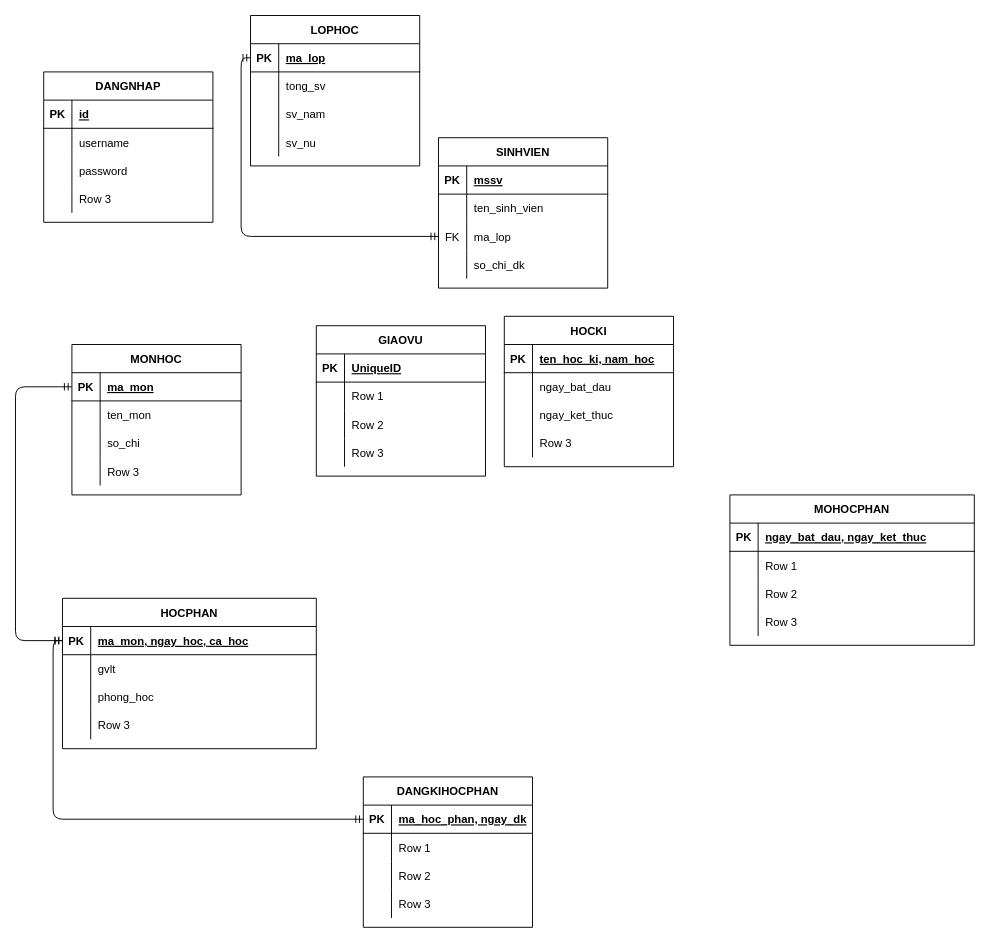
Before: Untitled Diagram.drawio in HaiDuc0147/HibernateProject, a draw.io diagram. Source tidied: cells renumbered, new cells numbered last; positions are measured from the earlier drawing's top-left corner, leaving out a move shared by most shapes. Both pictures are drawn from the tidied source at 94%, with x=0, y=0 at pixel (15, 15).
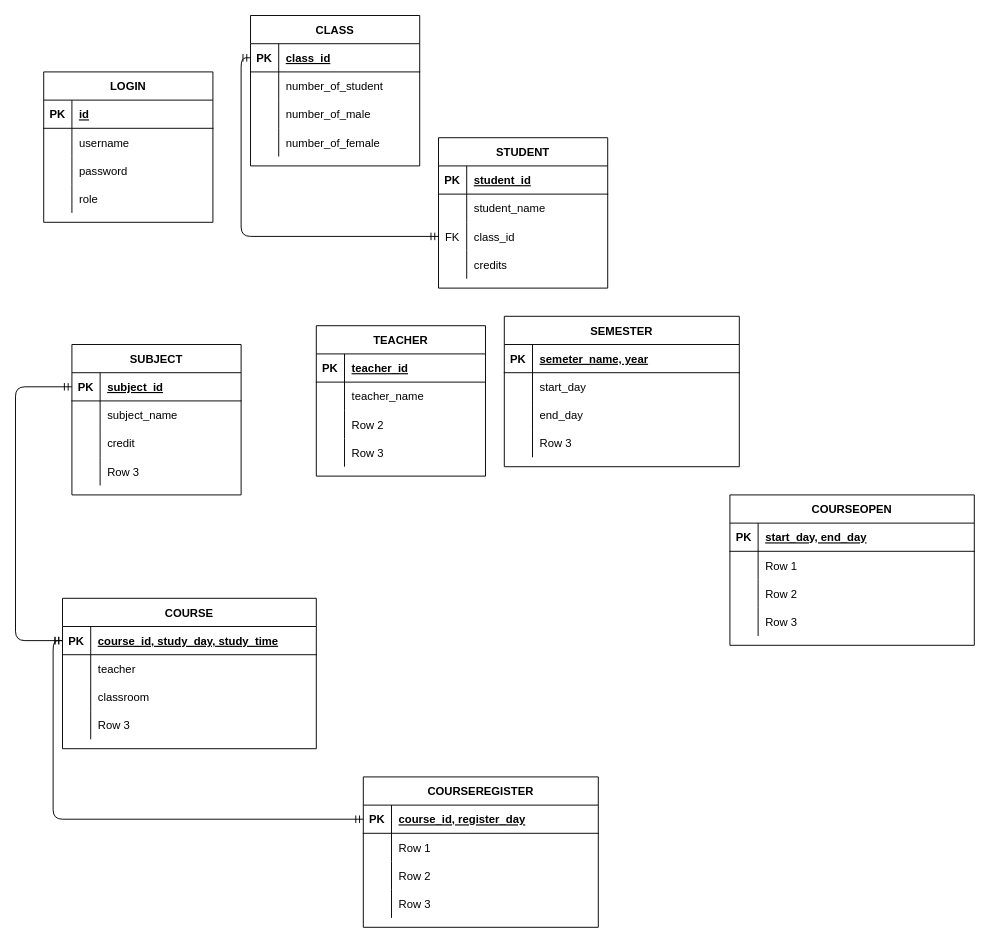
The same page after the edit.

The change refers to these unchanged cells:
```xml
<mxCell id="12" style="shape=partialRectangle;fillColor=none;top=0;left=0;bottom=0;right=0;" parent="2" vertex="1">
  <mxGeometry y="120" width="180" height="30" as="geometry" />
</mxCell>
<mxCell id="16" style="shape=partialRectangle;fillColor=none;top=0;left=0;bottom=1;right=0;" parent="15" vertex="1">
  <mxGeometry y="30" width="180" height="30" as="geometry" />
</mxCell>
<mxCell id="19" style="shape=partialRectangle;fillColor=none;top=0;left=0;bottom=0;right=0;" parent="15" vertex="1">
  <mxGeometry y="60" width="180" height="30" as="geometry" />
</mxCell>
<mxCell id="22" style="shape=partialRectangle;fillColor=none;top=0;left=0;bottom=0;right=0;points=[[0,0.5],[1,0.5]];portConstraint=eastwest;" parent="15" vertex="1">
  <mxGeometry y="90" width="180" height="30" as="geometry" />
</mxCell>
<mxCell id="25" style="shape=partialRectangle;fillColor=none;top=0;left=0;bottom=0;right=0;" parent="15" vertex="1">
  <mxGeometry y="120" width="180" height="30" as="geometry" />
</mxCell>
<mxCell id="29" style="shape=partialRectangle;fillColor=none;top=0;left=0;bottom=1;right=0;" parent="28" vertex="1">
  <mxGeometry y="30" width="180" height="30" as="geometry" />
</mxCell>
<mxCell id="32" style="shape=partialRectangle;fillColor=none;top=0;left=0;bottom=0;right=0;" parent="28" vertex="1">
  <mxGeometry y="60" width="180" height="30" as="geometry" />
</mxCell>
<mxCell id="42" style="shape=partialRectangle;fillColor=none;top=0;left=0;bottom=1;right=0;points=[[0,0.5],[1,0.5]];portConstraint=eastwest;" parent="41" vertex="1">
  <mxGeometry y="30" width="180" height="30" as="geometry" />
</mxCell>
<mxCell id="45" style="shape=partialRectangle;fillColor=none;top=0;left=0;bottom=0;right=0;" parent="41" vertex="1">
  <mxGeometry y="60" width="180" height="30" as="geometry" />
</mxCell>
<mxCell id="48" style="shape=partialRectangle;fillColor=none;top=0;left=0;bottom=0;right=0;" parent="41" vertex="1">
  <mxGeometry y="90" width="180" height="30" as="geometry" />
</mxCell>
<mxCell id="55" style="shape=partialRectangle;fillColor=none;top=0;left=0;bottom=1;right=0;points=[[0,0.5],[1,0.5]];portConstraint=eastwest;" parent="54" vertex="1">
  <mxGeometry y="30" width="270" height="30" as="geometry" />
</mxCell>
<mxCell id="58" style="shape=partialRectangle;fillColor=none;top=0;left=0;bottom=0;right=0;" parent="54" vertex="1">
  <mxGeometry y="60" width="270" height="30" as="geometry" />
</mxCell>
<mxCell id="61" style="shape=partialRectangle;fillColor=none;top=0;left=0;bottom=0;right=0;" parent="54" vertex="1">
  <mxGeometry y="90" width="270" height="30" as="geometry" />
</mxCell>
<mxCell id="68" style="shape=partialRectangle;fillColor=none;top=0;left=0;bottom=1;right=0;" parent="67" vertex="1">
  <mxGeometry y="30" width="260" height="30" as="geometry" />
</mxCell>
<mxCell id="94" style="shape=partialRectangle;fillColor=none;top=0;left=0;bottom=1;right=0;points=[[0,0.5],[1,0.5]];portConstraint=eastwest;" parent="93" vertex="1">
  <mxGeometry y="30" width="180" height="30" as="geometry" />
</mxCell>
<mxCell id="97" style="shape=partialRectangle;fillColor=none;top=0;left=0;bottom=0;right=0;" parent="93" vertex="1">
  <mxGeometry y="60" width="180" height="30" as="geometry" />
</mxCell>
<mxCell id="100" style="shape=partialRectangle;fillColor=none;top=0;left=0;bottom=0;right=0;" parent="93" vertex="1">
  <mxGeometry y="90" width="180" height="30" as="geometry" />
</mxCell>
<mxCell id="103" style="shape=partialRectangle;fillColor=none;top=0;left=0;bottom=0;right=0;" parent="93" vertex="1">
  <mxGeometry y="120" width="180" height="30" as="geometry" />
</mxCell>
```

Change to the diagram source:
```diff
@@
-    <mxCell id="2" value="DANGNHAP" style="shape=table;startSize=30;childLayout=tableLayout;rowLines=0;fontStyle=1;align=center;" parent="1" vertex="1">
+    <mxCell id="2" value="LOGIN" style="shape=table;startSize=30;childLayout=tableLayout;rowLines=0;fontStyle=1;align=center;" parent="1" vertex="1">
       <mxGeometry x="30" y="60" width="180" height="160" as="geometry" />
     </mxCell>
@@
-    <mxCell id="14" value="Row 3" style="shape=partialRectangle;fillColor=none;top=0;left=0;bottom=0;right=0;align=left;spacingLeft=6;overflow=hidden;" parent="12" vertex="1">
+    <mxCell id="14" value="role" style="shape=partialRectangle;fillColor=none;top=0;left=0;bottom=0;right=0;align=left;spacingLeft=6;overflow=hidden;" parent="12" vertex="1">
       <mxGeometry x="30" width="150" height="30" as="geometry" />
     </mxCell>
-    <mxCell id="15" value="SINHVIEN" style="shape=table;startSize=30;childLayout=tableLayout;rowLines=0;fontStyle=1;align=center;" parent="1" vertex="1">
+    <mxCell id="15" value="STUDENT" style="shape=table;startSize=30;childLayout=tableLayout;rowLines=0;fontStyle=1;align=center;" parent="1" vertex="1">
       <mxGeometry x="450" y="130" width="180" height="160" as="geometry" />
     </mxCell>
@@
-    <mxCell id="18" value="mssv" style="shape=partialRectangle;fillColor=none;top=0;left=0;bottom=0;right=0;align=left;spacingLeft=6;fontStyle=5;overflow=hidden;" parent="16" vertex="1">
+    <mxCell id="18" value="student_id" style="shape=partialRectangle;fillColor=none;top=0;left=0;bottom=0;right=0;align=left;spacingLeft=6;fontStyle=5;overflow=hidden;" parent="16" vertex="1">
       <mxGeometry x="30" width="150" height="30" as="geometry" />
     </mxCell>
@@
-    <mxCell id="21" value="ten_sinh_vien" style="shape=partialRectangle;fillColor=none;top=0;left=0;bottom=0;right=0;align=left;spacingLeft=6;overflow=hidden;" parent="19" vertex="1">
+    <mxCell id="21" value="student_name" style="shape=partialRectangle;fillColor=none;top=0;left=0;bottom=0;right=0;align=left;spacingLeft=6;overflow=hidden;" parent="19" vertex="1">
       <mxGeometry x="30" width="150" height="30" as="geometry" />
     </mxCell>
@@
-    <mxCell id="24" value="ma_lop" style="shape=partialRectangle;fillColor=none;top=0;left=0;bottom=0;right=0;align=left;spacingLeft=6;overflow=hidden;" parent="22" vertex="1">
+    <mxCell id="24" value="class_id" style="shape=partialRectangle;fillColor=none;top=0;left=0;bottom=0;right=0;align=left;spacingLeft=6;overflow=hidden;" parent="22" vertex="1">
       <mxGeometry x="30" width="150" height="30" as="geometry" />
     </mxCell>
@@
-    <mxCell id="27" value="so_chi_dk" style="shape=partialRectangle;fillColor=none;top=0;left=0;bottom=0;right=0;align=left;spacingLeft=6;overflow=hidden;" parent="25" vertex="1">
+    <mxCell id="27" value="credits" style="shape=partialRectangle;fillColor=none;top=0;left=0;bottom=0;right=0;align=left;spacingLeft=6;overflow=hidden;" parent="25" vertex="1">
       <mxGeometry x="30" width="150" height="30" as="geometry" />
     </mxCell>
-    <mxCell id="28" value="GIAOVU" style="shape=table;startSize=30;childLayout=tableLayout;rowLines=0;fontStyle=1;align=center;" parent="1" vertex="1">
+    <mxCell id="28" value="TEACHER" style="shape=table;startSize=30;childLayout=tableLayout;rowLines=0;fontStyle=1;align=center;" parent="1" vertex="1">
       <mxGeometry x="320" y="330" width="180" height="160" as="geometry" />
     </mxCell>
@@
-    <mxCell id="31" value="UniqueID" style="shape=partialRectangle;fillColor=none;top=0;left=0;bottom=0;right=0;align=left;spacingLeft=6;fontStyle=5;overflow=hidden;" parent="29" vertex="1">
+    <mxCell id="31" value="teacher_id" style="shape=partialRectangle;fillColor=none;top=0;left=0;bottom=0;right=0;align=left;spacingLeft=6;fontStyle=5;overflow=hidden;" parent="29" vertex="1">
       <mxGeometry x="30" width="150" height="30" as="geometry" />
     </mxCell>
@@
-    <mxCell id="34" value="Row 1" style="shape=partialRectangle;fillColor=none;top=0;left=0;bottom=0;right=0;align=left;spacingLeft=6;overflow=hidden;" parent="32" vertex="1">
+    <mxCell id="34" value="teacher_name" style="shape=partialRectangle;fillColor=none;top=0;left=0;bottom=0;right=0;align=left;spacingLeft=6;overflow=hidden;" parent="32" vertex="1">
       <mxGeometry x="30" width="150" height="30" as="geometry" />
     </mxCell>
@@
-    <mxCell id="41" value="MONHOC" style="shape=table;startSize=30;childLayout=tableLayout;rowLines=0;fontStyle=1;align=center;" parent="1" vertex="1">
+    <mxCell id="41" value="SUBJECT" style="shape=table;startSize=30;childLayout=tableLayout;rowLines=0;fontStyle=1;align=center;" parent="1" vertex="1">
       <mxGeometry x="60" y="350" width="180" height="160" as="geometry" />
     </mxCell>
@@
-    <mxCell id="44" value="ma_mon" style="shape=partialRectangle;fillColor=none;top=0;left=0;bottom=0;right=0;align=left;spacingLeft=6;fontStyle=5;overflow=hidden;" parent="42" vertex="1">
+    <mxCell id="44" value="subject_id" style="shape=partialRectangle;fillColor=none;top=0;left=0;bottom=0;right=0;align=left;spacingLeft=6;fontStyle=5;overflow=hidden;" parent="42" vertex="1">
       <mxGeometry x="30" width="150" height="30" as="geometry" />
     </mxCell>
@@
-    <mxCell id="47" value="ten_mon" style="shape=partialRectangle;fillColor=none;top=0;left=0;bottom=0;right=0;align=left;spacingLeft=6;overflow=hidden;" parent="45" vertex="1">
+    <mxCell id="47" value="subject_name" style="shape=partialRectangle;fillColor=none;top=0;left=0;bottom=0;right=0;align=left;spacingLeft=6;overflow=hidden;" parent="45" vertex="1">
       <mxGeometry x="30" width="150" height="30" as="geometry" />
     </mxCell>
@@
-    <mxCell id="50" value="so_chi" style="shape=partialRectangle;fillColor=none;top=0;left=0;bottom=0;right=0;align=left;spacingLeft=6;overflow=hidden;" parent="48" vertex="1">
+    <mxCell id="50" value="credit" style="shape=partialRectangle;fillColor=none;top=0;left=0;bottom=0;right=0;align=left;spacingLeft=6;overflow=hidden;" parent="48" vertex="1">
       <mxGeometry x="30" width="150" height="30" as="geometry" />
     </mxCell>
@@
-    <mxCell id="54" value="HOCPHAN" style="shape=table;startSize=30;childLayout=tableLayout;rowLines=0;fontStyle=1;align=center;" parent="1" vertex="1">
+    <mxCell id="54" value="COURSE" style="shape=table;startSize=30;childLayout=tableLayout;rowLines=0;fontStyle=1;align=center;" parent="1" vertex="1">
       <mxGeometry x="50" y="620" width="270" height="160" as="geometry" />
     </mxCell>
@@
-    <mxCell id="57" value="ma_mon, ngay_hoc, ca_hoc" style="shape=partialRectangle;fillColor=none;top=0;left=0;bottom=0;right=0;align=left;spacingLeft=6;fontStyle=5;overflow=hidden;" parent="55" vertex="1">
+    <mxCell id="57" value="course_id, study_day, study_time" style="shape=partialRectangle;fillColor=none;top=0;left=0;bottom=0;right=0;align=left;spacingLeft=6;fontStyle=5;overflow=hidden;" parent="55" vertex="1">
       <mxGeometry x="30" width="240" height="30" as="geometry" />
     </mxCell>
@@
-    <mxCell id="60" value="gvlt" style="shape=partialRectangle;fillColor=none;top=0;left=0;bottom=0;right=0;align=left;spacingLeft=6;overflow=hidden;" parent="58" vertex="1">
+    <mxCell id="60" value="teacher" style="shape=partialRectangle;fillColor=none;top=0;left=0;bottom=0;right=0;align=left;spacingLeft=6;overflow=hidden;" parent="58" vertex="1">
       <mxGeometry x="30" width="240" height="30" as="geometry" />
     </mxCell>
@@
-    <mxCell id="63" value="phong_hoc" style="shape=partialRectangle;fillColor=none;top=0;left=0;bottom=0;right=0;align=left;spacingLeft=6;overflow=hidden;" parent="61" vertex="1">
+    <mxCell id="63" value="classroom" style="shape=partialRectangle;fillColor=none;top=0;left=0;bottom=0;right=0;align=left;spacingLeft=6;overflow=hidden;" parent="61" vertex="1">
       <mxGeometry x="30" width="240" height="30" as="geometry" />
     </mxCell>
@@
-    <mxCell id="67" value="MOHOCPHAN" style="shape=table;startSize=30;childLayout=tableLayout;rowLines=0;fontStyle=1;align=center;" parent="1" vertex="1">
+    <mxCell id="67" value="COURSEOPEN" style="shape=table;startSize=30;childLayout=tableLayout;rowLines=0;fontStyle=1;align=center;" parent="1" vertex="1">
       <mxGeometry x="760" y="510" width="260" height="160" as="geometry" />
     </mxCell>
@@
-    <mxCell id="70" value="ngay_bat_dau, ngay_ket_thuc" style="shape=partialRectangle;fillColor=none;top=0;left=0;bottom=0;right=0;align=left;spacingLeft=6;fontStyle=5;overflow=hidden;" parent="68" vertex="1">
+    <mxCell id="70" value="start_day, end_day" style="shape=partialRectangle;fillColor=none;top=0;left=0;bottom=0;right=0;align=left;spacingLeft=6;fontStyle=5;overflow=hidden;" parent="68" vertex="1">
       <mxGeometry x="30" width="230" height="30" as="geometry" />
     </mxCell>
@@
-    <mxCell id="80" value="DANGKIHOCPHAN" style="shape=table;startSize=30;childLayout=tableLayout;rowLines=0;fontStyle=1;align=center;" parent="1" vertex="1">
-      <mxGeometry x="370" y="810" width="180" height="160" as="geometry" />
+    <mxCell id="80" value="COURSEREGISTER" style="shape=table;startSize=30;childLayout=tableLayout;rowLines=0;fontStyle=1;align=center;" parent="1" vertex="1">
+      <mxGeometry x="370" y="810" width="250" height="160" as="geometry" />
     </mxCell>
     <mxCell id="81" style="shape=partialRectangle;fillColor=none;top=0;left=0;bottom=1;right=0;points=[[0,0.5],[1,0.5]];portConstraint=eastwest;" parent="80" vertex="1">
-      <mxGeometry y="30" width="180" height="30" as="geometry" />
+      <mxGeometry y="30" width="250" height="30" as="geometry" />
     </mxCell>
@@
-    <mxCell id="83" value="ma_hoc_phan, ngay_dk" style="shape=partialRectangle;fillColor=none;top=0;left=0;bottom=0;right=0;align=left;spacingLeft=6;fontStyle=5;overflow=hidden;" parent="81" vertex="1">
-      <mxGeometry x="30" width="150" height="30" as="geometry" />
+    <mxCell id="83" value="course_id, register_day" style="shape=partialRectangle;fillColor=none;top=0;left=0;bottom=0;right=0;align=left;spacingLeft=6;fontStyle=5;overflow=hidden;" parent="81" vertex="1">
+      <mxGeometry x="30" width="220" height="30" as="geometry" />
     </mxCell>
     <mxCell id="84" style="shape=partialRectangle;fillColor=none;top=0;left=0;bottom=0;right=0;" parent="80" vertex="1">
-      <mxGeometry y="60" width="180" height="30" as="geometry" />
+      <mxGeometry y="60" width="250" height="30" as="geometry" />
     </mxCell>
@@
     <mxCell id="86" value="Row 1" style="shape=partialRectangle;fillColor=none;top=0;left=0;bottom=0;right=0;align=left;spacingLeft=6;overflow=hidden;" parent="84" vertex="1">
-      <mxGeometry x="30" width="150" height="30" as="geometry" />
+      <mxGeometry x="30" width="220" height="30" as="geometry" />
     </mxCell>
     <mxCell id="87" style="shape=partialRectangle;fillColor=none;top=0;left=0;bottom=0;right=0;" parent="80" vertex="1">
-      <mxGeometry y="90" width="180" height="30" as="geometry" />
+      <mxGeometry y="90" width="250" height="30" as="geometry" />
     </mxCell>
@@
     <mxCell id="89" value="Row 2" style="shape=partialRectangle;fillColor=none;top=0;left=0;bottom=0;right=0;align=left;spacingLeft=6;overflow=hidden;" parent="87" vertex="1">
-      <mxGeometry x="30" width="150" height="30" as="geometry" />
+      <mxGeometry x="30" width="220" height="30" as="geometry" />
     </mxCell>
     <mxCell id="90" style="shape=partialRectangle;fillColor=none;top=0;left=0;bottom=0;right=0;" parent="80" vertex="1">
-      <mxGeometry y="120" width="180" height="30" as="geometry" />
+      <mxGeometry y="120" width="250" height="30" as="geometry" />
     </mxCell>
@@
     <mxCell id="92" value="Row 3" style="shape=partialRectangle;fillColor=none;top=0;left=0;bottom=0;right=0;align=left;spacingLeft=6;overflow=hidden;" parent="90" vertex="1">
-      <mxGeometry x="30" width="150" height="30" as="geometry" />
+      <mxGeometry x="30" width="220" height="30" as="geometry" />
     </mxCell>
-    <mxCell id="93" value="LOPHOC" style="shape=table;startSize=30;childLayout=tableLayout;rowLines=0;fontStyle=1;align=center;" parent="1" vertex="1">
+    <mxCell id="93" value="CLASS" style="shape=table;startSize=30;childLayout=tableLayout;rowLines=0;fontStyle=1;align=center;" parent="1" vertex="1">
       <mxGeometry x="250" width="180" height="160" as="geometry" />
     </mxCell>
@@
-    <mxCell id="96" value="ma_lop" style="shape=partialRectangle;fillColor=none;top=0;left=0;bottom=0;right=0;align=left;spacingLeft=6;fontStyle=5;overflow=hidden;" parent="94" vertex="1">
+    <mxCell id="96" value="class_id" style="shape=partialRectangle;fillColor=none;top=0;left=0;bottom=0;right=0;align=left;spacingLeft=6;fontStyle=5;overflow=hidden;" parent="94" vertex="1">
       <mxGeometry x="30" width="150" height="30" as="geometry" />
     </mxCell>
@@
-    <mxCell id="99" value="tong_sv" style="shape=partialRectangle;fillColor=none;top=0;left=0;bottom=0;right=0;align=left;spacingLeft=6;overflow=hidden;" parent="97" vertex="1">
+    <mxCell id="99" value="number_of_student" style="shape=partialRectangle;fillColor=none;top=0;left=0;bottom=0;right=0;align=left;spacingLeft=6;overflow=hidden;" parent="97" vertex="1">
       <mxGeometry x="30" width="150" height="30" as="geometry" />
     </mxCell>
@@
-    <mxCell id="102" value="sv_nam" style="shape=partialRectangle;fillColor=none;top=0;left=0;bottom=0;right=0;align=left;spacingLeft=6;overflow=hidden;" parent="100" vertex="1">
+    <mxCell id="102" value="number_of_male" style="shape=partialRectangle;fillColor=none;top=0;left=0;bottom=0;right=0;align=left;spacingLeft=6;overflow=hidden;" parent="100" vertex="1">
       <mxGeometry x="30" width="150" height="30" as="geometry" />
     </mxCell>
@@
-    <mxCell id="105" value="sv_nu" style="shape=partialRectangle;fillColor=none;top=0;left=0;bottom=0;right=0;align=left;spacingLeft=6;overflow=hidden;" parent="103" vertex="1">
+    <mxCell id="105" value="number_of_female" style="shape=partialRectangle;fillColor=none;top=0;left=0;bottom=0;right=0;align=left;spacingLeft=6;overflow=hidden;" parent="103" vertex="1">
       <mxGeometry x="30" width="150" height="30" as="geometry" />
     </mxCell>
-    <mxCell id="106" value="HOCKI" style="shape=table;startSize=30;childLayout=tableLayout;rowLines=0;fontStyle=1;align=center;" parent="1" vertex="1">
-      <mxGeometry x="520" y="320" width="180" height="160" as="geometry" />
+    <mxCell id="106" value="SEMESTER" style="shape=table;startSize=30;childLayout=tableLayout;rowLines=0;fontStyle=1;align=center;" parent="1" vertex="1">
+      <mxGeometry x="520" y="320" width="250" height="160" as="geometry" />
     </mxCell>
     <mxCell id="107" style="shape=partialRectangle;fillColor=none;top=0;left=0;bottom=1;right=0;" parent="106" vertex="1">
-      <mxGeometry y="30" width="180" height="30" as="geometry" />
+      <mxGeometry y="30" width="250" height="30" as="geometry" />
     </mxCell>
@@
-    <mxCell id="109" value="ten_hoc_ki, nam_hoc" style="shape=partialRectangle;fillColor=none;top=0;left=0;bottom=0;right=0;align=left;spacingLeft=6;fontStyle=5;overflow=hidden;" parent="107" vertex="1">
-      <mxGeometry x="30" width="150" height="30" as="geometry" />
+    <mxCell id="109" value="semeter_name, year" style="shape=partialRectangle;fillColor=none;top=0;left=0;bottom=0;right=0;align=left;spacingLeft=6;fontStyle=5;overflow=hidden;" parent="107" vertex="1">
+      <mxGeometry x="30" width="220" height="30" as="geometry" />
     </mxCell>
     <mxCell id="110" style="shape=partialRectangle;fillColor=none;top=0;left=0;bottom=0;right=0;" parent="106" vertex="1">
-      <mxGeometry y="60" width="180" height="30" as="geometry" />
+      <mxGeometry y="60" width="250" height="30" as="geometry" />
     </mxCell>
@@
-    <mxCell id="112" value="ngay_bat_dau" style="shape=partialRectangle;fillColor=none;top=0;left=0;bottom=0;right=0;align=left;spacingLeft=6;overflow=hidden;" parent="110" vertex="1">
-      <mxGeometry x="30" width="150" height="30" as="geometry" />
+    <mxCell id="112" value="start_day" style="shape=partialRectangle;fillColor=none;top=0;left=0;bottom=0;right=0;align=left;spacingLeft=6;overflow=hidden;" parent="110" vertex="1">
+      <mxGeometry x="30" width="220" height="30" as="geometry" />
     </mxCell>
     <mxCell id="113" style="shape=partialRectangle;fillColor=none;top=0;left=0;bottom=0;right=0;" parent="106" vertex="1">
-      <mxGeometry y="90" width="180" height="30" as="geometry" />
+      <mxGeometry y="90" width="250" height="30" as="geometry" />
     </mxCell>
@@
-    <mxCell id="115" value="ngay_ket_thuc" style="shape=partialRectangle;fillColor=none;top=0;left=0;bottom=0;right=0;align=left;spacingLeft=6;overflow=hidden;" parent="113" vertex="1">
-      <mxGeometry x="30" width="150" height="30" as="geometry" />
+    <mxCell id="115" value="end_day" style="shape=partialRectangle;fillColor=none;top=0;left=0;bottom=0;right=0;align=left;spacingLeft=6;overflow=hidden;" parent="113" vertex="1">
+      <mxGeometry x="30" width="220" height="30" as="geometry" />
     </mxCell>
     <mxCell id="116" style="shape=partialRectangle;fillColor=none;top=0;left=0;bottom=0;right=0;" parent="106" vertex="1">
-      <mxGeometry y="120" width="180" height="30" as="geometry" />
+      <mxGeometry y="120" width="250" height="30" as="geometry" />
     </mxCell>
@@
     <mxCell id="118" value="Row 3" style="shape=partialRectangle;fillColor=none;top=0;left=0;bottom=0;right=0;align=left;spacingLeft=6;overflow=hidden;" parent="116" vertex="1">
-      <mxGeometry x="30" width="150" height="30" as="geometry" />
+      <mxGeometry x="30" width="220" height="30" as="geometry" />
     </mxCell>
```
